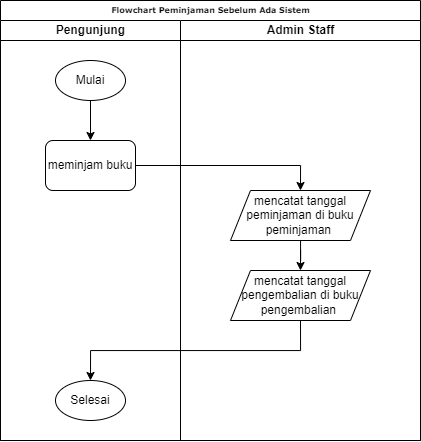
This is img/Diagram Pusaka-Flowchart 2.drawio.png from rikkamoe/ta-storage, a draw.io export, as it was before one commit. Source tidied: cells renumbered, new cells last; positions are measured from the earlier drawing's top-left corner, leaving out a move shared by most shapes. Its diagram source:
```xml
<mxGraphModel>
  <root>
    <mxCell id="0" />
    <mxCell id="1" parent="0" />
    <mxCell id="2" value="Flowchart Peminjaman Sebelum Ada Sistem" style="swimlane;html=1;startSize=20;rounded=0;shadow=0;labelBackgroundColor=none;strokeWidth=1;fontFamily=Verdana;fontSize=8;align=center;" parent="1" vertex="1">
      <mxGeometry width="420" height="440" as="geometry" />
    </mxCell>
    <mxCell id="3" value="Pengunjung" style="swimlane;html=1;startSize=20;" parent="2" vertex="1">
      <mxGeometry y="20" width="180" height="420" as="geometry" />
    </mxCell>
    <mxCell id="4" style="edgeStyle=orthogonalEdgeStyle;rounded=0;jettySize=auto;html=1;entryX=0.5;entryY=0;entryDx=0;entryDy=0;" parent="3" edge="1" source="5" target="7">
      <mxGeometry relative="1" as="geometry" />
    </mxCell>
    <mxCell id="5" value="Mulai" style="ellipse;whiteSpace=wrap;html=1;" parent="3" vertex="1">
      <mxGeometry x="55" y="40" width="70" height="40" as="geometry" />
    </mxCell>
    <mxCell id="6" value="Selesai" style="ellipse;whiteSpace=wrap;html=1;" parent="3" vertex="1">
      <mxGeometry x="55" y="360" width="70" height="40" as="geometry" />
    </mxCell>
    <mxCell id="7" value="meminjam buku" style="rounded=1;whiteSpace=wrap;html=1;" parent="3" vertex="1">
      <mxGeometry x="45" y="120" width="90" height="50" as="geometry" />
    </mxCell>
    <mxCell id="8" style="edgeStyle=orthogonalEdgeStyle;rounded=0;jettySize=auto;html=1;entryX=0.5;entryY=0;entryDx=0;entryDy=0;" parent="2" edge="1" source="7" target="11">
      <mxGeometry relative="1" as="geometry" />
    </mxCell>
    <mxCell id="9" value="Admin Staff" style="swimlane;html=1;startSize=20;" parent="2" vertex="1">
      <mxGeometry x="180" y="20" width="240" height="420" as="geometry" />
    </mxCell>
    <mxCell id="10" style="edgeStyle=orthogonalEdgeStyle;rounded=0;jettySize=auto;html=1;entryX=0.5;entryY=0;entryDx=0;entryDy=0;" parent="9" edge="1" source="11" target="12">
      <mxGeometry relative="1" as="geometry" />
    </mxCell>
    <mxCell id="11" value="mencatat tanggal peminjaman di buku peminjaman&amp;nbsp;" style="shape=parallelogram;perimeter=parallelogramPerimeter;whiteSpace=wrap;html=1;fixedSize=1;" parent="9" vertex="1">
      <mxGeometry x="50" y="170" width="140" height="50" as="geometry" />
    </mxCell>
    <mxCell id="12" value="mencatat tanggal pengembalian di buku&lt;br&gt;pengembalian&amp;nbsp;" style="shape=parallelogram;perimeter=parallelogramPerimeter;whiteSpace=wrap;html=1;fixedSize=1;" parent="9" vertex="1">
      <mxGeometry x="50" y="250" width="140" height="50" as="geometry" />
    </mxCell>
    <mxCell id="13" style="edgeStyle=orthogonalEdgeStyle;rounded=0;jettySize=auto;html=1;entryX=0.5;entryY=0;entryDx=0;entryDy=0;exitX=0.5;exitY=1;exitDx=0;exitDy=0;" parent="2" edge="1" source="12" target="6">
      <mxGeometry relative="1" as="geometry" />
    </mxCell>
  </root>
</mxGraphModel>
```
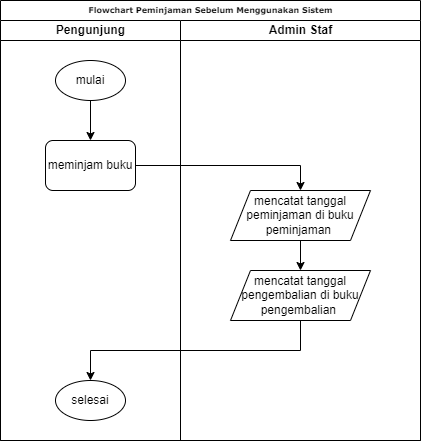
After the commit.

Change to the diagram source:
```diff
@@ -2,7 +2,7 @@
   <root>
     <mxCell id="0" />
     <mxCell id="1" parent="0" />
-    <mxCell id="2" value="Flowchart Peminjaman Sebelum Ada Sistem" style="swimlane;html=1;startSize=20;rounded=0;shadow=0;labelBackgroundColor=none;strokeWidth=1;fontFamily=Verdana;fontSize=8;align=center;" parent="1" vertex="1">
+    <mxCell id="2" value="Flowchart Peminjaman Sebelum Menggunakan Sistem" style="swimlane;html=1;startSize=20;rounded=0;shadow=0;labelBackgroundColor=none;strokeWidth=1;fontFamily=Verdana;fontSize=8;align=center;" parent="1" vertex="1">
       <mxGeometry width="420" height="440" as="geometry" />
     </mxCell>
     <mxCell id="3" value="Pengunjung" style="swimlane;html=1;startSize=20;" parent="2" vertex="1">
@@ -11,10 +11,10 @@
     <mxCell id="4" style="edgeStyle=orthogonalEdgeStyle;rounded=0;jettySize=auto;html=1;entryX=0.5;entryY=0;entryDx=0;entryDy=0;" parent="3" edge="1" source="5" target="7">
       <mxGeometry relative="1" as="geometry" />
     </mxCell>
-    <mxCell id="5" value="Mulai" style="ellipse;whiteSpace=wrap;html=1;" parent="3" vertex="1">
+    <mxCell id="5" value="mulai" style="ellipse;whiteSpace=wrap;html=1;" parent="3" vertex="1">
       <mxGeometry x="55" y="40" width="70" height="40" as="geometry" />
     </mxCell>
-    <mxCell id="6" value="Selesai" style="ellipse;whiteSpace=wrap;html=1;" parent="3" vertex="1">
+    <mxCell id="6" value="selesai" style="ellipse;whiteSpace=wrap;html=1;" parent="3" vertex="1">
       <mxGeometry x="55" y="360" width="70" height="40" as="geometry" />
     </mxCell>
     <mxCell id="7" value="meminjam buku" style="rounded=1;whiteSpace=wrap;html=1;" parent="3" vertex="1">
@@ -23,7 +23,7 @@
     <mxCell id="8" style="edgeStyle=orthogonalEdgeStyle;rounded=0;jettySize=auto;html=1;entryX=0.5;entryY=0;entryDx=0;entryDy=0;" parent="2" edge="1" source="7" target="11">
       <mxGeometry relative="1" as="geometry" />
     </mxCell>
-    <mxCell id="9" value="Admin Staff" style="swimlane;html=1;startSize=20;" parent="2" vertex="1">
+    <mxCell id="9" value="Admin Staf" style="swimlane;html=1;startSize=20;" parent="2" vertex="1">
       <mxGeometry x="180" y="20" width="240" height="420" as="geometry" />
     </mxCell>
     <mxCell id="10" style="edgeStyle=orthogonalEdgeStyle;rounded=0;jettySize=auto;html=1;entryX=0.5;entryY=0;entryDx=0;entryDy=0;" parent="9" edge="1" source="11" target="12">
```
